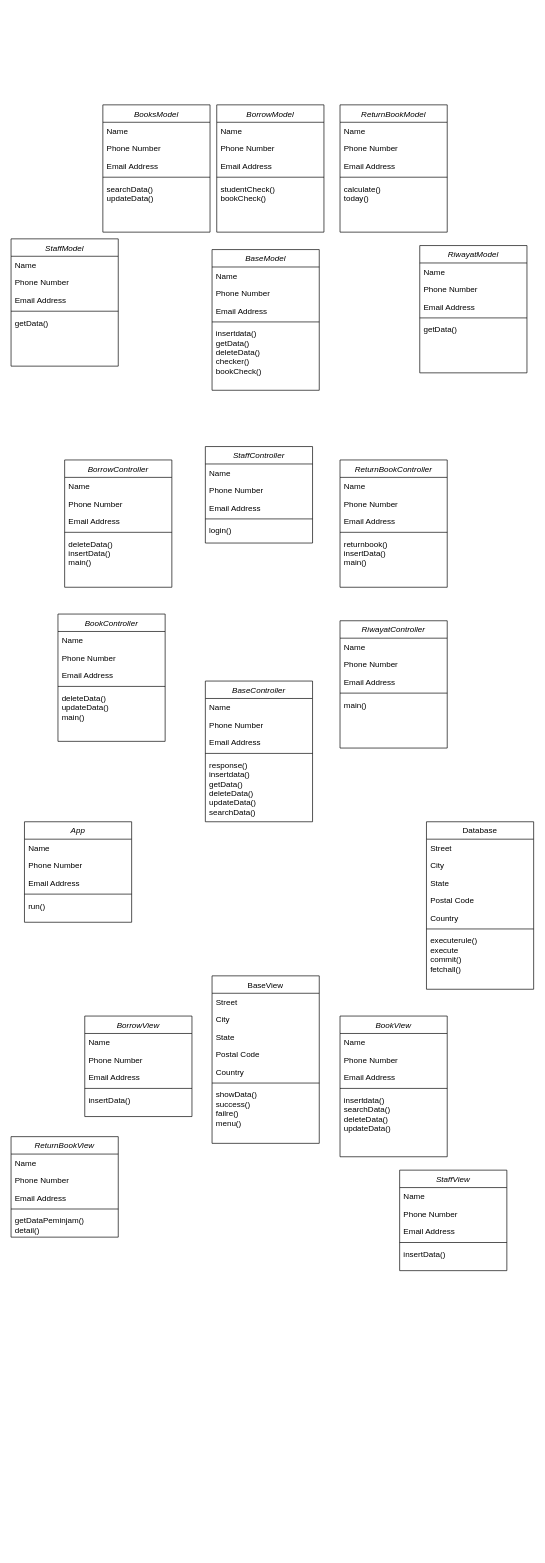
phanatagama/E-Library keeps this draw.io diagram as Database/PBO.drawio. Above is the earlier version. Source tidied: cells renumbered, new cells numbered last; positions are measured from the earlier drawing's top-left corner, leaving out a move shared by most shapes. Both pictures are drawn from the tidied source at 67%, with x=0, y=0 at pixel (11, 105).
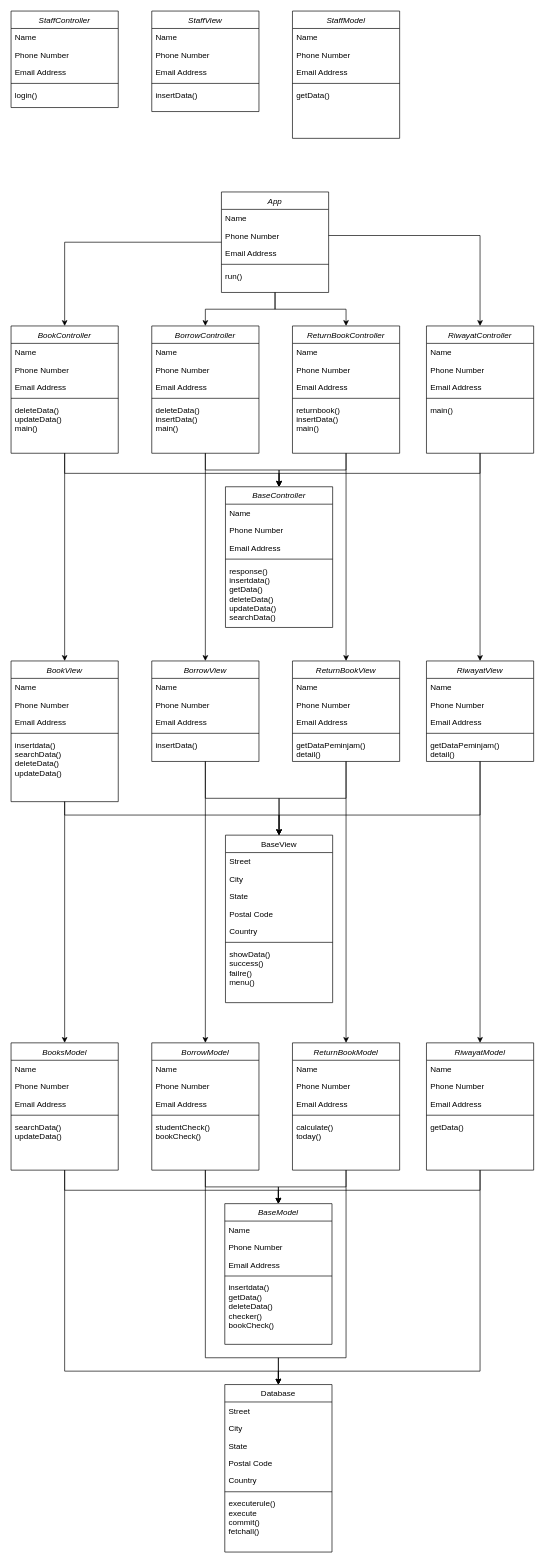
After the change.

Unchanged cells that the change refers to:
```xml
<mxCell id="4" value="Phone Number" style="text;align=left;verticalAlign=top;spacingLeft=4;spacingRight=4;overflow=hidden;points=[[0,0.5],[1,0.5]];portConstraint=eastwest;rounded=0;shadow=0;html=0;" parent="2" vertex="1">
  <mxGeometry y="52" width="160" height="26" as="geometry" />
</mxCell>
```

What changed in the source:
```diff
@@
+    <mxCell id="120" style="edgeStyle=orthogonalEdgeStyle;rounded=0;jettySize=auto;html=1;entryX=0.5;entryY=0;entryDx=0;entryDy=0;" parent="1" edge="1" source="2" target="22">
+      <mxGeometry relative="1" as="geometry" />
+    </mxCell>
+    <mxCell id="121" style="edgeStyle=orthogonalEdgeStyle;rounded=0;jettySize=auto;html=1;entryX=0.5;entryY=0;entryDx=0;entryDy=0;" parent="1" edge="1" source="2" target="34">
+      <mxGeometry relative="1" as="geometry" />
+    </mxCell>
+    <mxCell id="122" style="edgeStyle=orthogonalEdgeStyle;rounded=0;jettySize=auto;html=1;" parent="1" edge="1" source="2" target="28">
+      <mxGeometry relative="1" as="geometry" />
+    </mxCell>
     <mxCell id="2" value="App" style="swimlane;fontStyle=2;align=center;verticalAlign=top;horizontal=1;startSize=26;rounded=0;shadow=0;strokeWidth=1;" parent="1" vertex="1">
-      <mxGeometry x="20" y="1070" width="160" height="150" as="geometry" />
+      <mxGeometry x="314" y="130" width="160" height="150" as="geometry" />
     </mxCell>
@@
     <mxCell id="8" value="Database" style="swimlane;fontStyle=0;align=center;verticalAlign=top;horizontal=1;startSize=26;rounded=0;shadow=0;strokeWidth=1;" parent="1" vertex="1">
-      <mxGeometry x="620" y="1070" width="160" height="250" as="geometry" />
+      <mxGeometry x="319" y="1910" width="160" height="250" as="geometry" />
     </mxCell>
@@
     <mxCell id="16" value="BaseController" style="swimlane;fontStyle=2;align=center;verticalAlign=top;horizontal=1;startSize=26;rounded=0;shadow=0;strokeWidth=1;" parent="1" vertex="1">
-      <mxGeometry x="290" y="860" width="160" height="210" as="geometry" />
+      <mxGeometry x="320" y="570" width="160" height="210" as="geometry" />
     </mxCell>
@@
+    <mxCell id="123" style="edgeStyle=orthogonalEdgeStyle;rounded=0;jettySize=auto;html=1;" parent="1" edge="1" source="22" target="16">
+      <mxGeometry relative="1" as="geometry">
+        <Array as="points">
+          <mxPoint x="80" y="550" />
+          <mxPoint x="400" y="550" />
+        </Array>
+      </mxGeometry>
+    </mxCell>
+    <mxCell id="124" style="edgeStyle=orthogonalEdgeStyle;rounded=0;jettySize=auto;html=1;entryX=0.5;entryY=0;entryDx=0;entryDy=0;" parent="1" edge="1" source="22" target="96">
+      <mxGeometry relative="1" as="geometry" />
+    </mxCell>
     <mxCell id="22" value="BookController" style="swimlane;fontStyle=2;align=center;verticalAlign=top;horizontal=1;startSize=26;rounded=0;shadow=0;strokeWidth=1;" parent="1" vertex="1">
-      <mxGeometry x="70" y="760" width="160" height="190" as="geometry" />
+      <mxGeometry y="330" width="160" height="190" as="geometry" />
     </mxCell>
@@
+    <mxCell id="125" style="edgeStyle=orthogonalEdgeStyle;rounded=0;jettySize=auto;html=1;entryX=0.5;entryY=0;entryDx=0;entryDy=0;" parent="1" edge="1" source="28" target="16">
+      <mxGeometry relative="1" as="geometry" />
+    </mxCell>
+    <mxCell id="126" style="edgeStyle=orthogonalEdgeStyle;rounded=0;jettySize=auto;html=1;entryX=0.5;entryY=0;entryDx=0;entryDy=0;" parent="1" edge="1" source="28" target="102">
+      <mxGeometry relative="1" as="geometry" />
+    </mxCell>
     <mxCell id="28" value="BorrowController" style="swimlane;fontStyle=2;align=center;verticalAlign=top;horizontal=1;startSize=26;rounded=0;shadow=0;strokeWidth=1;" parent="1" vertex="1">
-      <mxGeometry x="80" y="530" width="160" height="190" as="geometry" />
+      <mxGeometry x="210" y="330" width="160" height="190" as="geometry" />
     </mxCell>
@@
+    <mxCell id="127" style="edgeStyle=orthogonalEdgeStyle;rounded=0;jettySize=auto;html=1;" parent="1" edge="1" source="34" target="16">
+      <mxGeometry relative="1" as="geometry" />
+    </mxCell>
+    <mxCell id="128" style="edgeStyle=orthogonalEdgeStyle;rounded=0;jettySize=auto;html=1;entryX=0.5;entryY=0;entryDx=0;entryDy=0;" parent="1" edge="1" source="34" target="108">
+      <mxGeometry relative="1" as="geometry" />
+    </mxCell>
     <mxCell id="34" value="ReturnBookController" style="swimlane;fontStyle=2;align=center;verticalAlign=top;horizontal=1;startSize=26;rounded=0;shadow=0;strokeWidth=1;" parent="1" vertex="1">
-      <mxGeometry x="491" y="530" width="160" height="190" as="geometry" />
+      <mxGeometry x="420" y="330" width="160" height="190" as="geometry" />
     </mxCell>
@@
+    <mxCell id="129" style="edgeStyle=orthogonalEdgeStyle;rounded=0;jettySize=auto;html=1;entryX=0.5;entryY=0;entryDx=0;entryDy=0;" parent="1" edge="1" source="40" target="16">
+      <mxGeometry relative="1" as="geometry">
+        <Array as="points">
+          <mxPoint x="700" y="550" />
+          <mxPoint x="400" y="550" />
+        </Array>
+      </mxGeometry>
+    </mxCell>
+    <mxCell id="130" style="edgeStyle=orthogonalEdgeStyle;rounded=0;jettySize=auto;html=1;entryX=0.5;entryY=0;entryDx=0;entryDy=0;" parent="1" edge="1" source="40" target="147">
+      <mxGeometry relative="1" as="geometry" />
+    </mxCell>
     <mxCell id="40" value="RiwayatController" style="swimlane;fontStyle=2;align=center;verticalAlign=top;horizontal=1;startSize=26;rounded=0;shadow=0;strokeWidth=1;" parent="1" vertex="1">
-      <mxGeometry x="491" y="770" width="160" height="190" as="geometry" />
+      <mxGeometry x="620" y="330" width="160" height="190" as="geometry" />
     </mxCell>
@@
     <mxCell id="46" value="StaffController" style="swimlane;fontStyle=2;align=center;verticalAlign=top;horizontal=1;startSize=26;rounded=0;shadow=0;strokeWidth=1;" parent="1" vertex="1">
-      <mxGeometry x="290" y="510" width="160" height="144" as="geometry" />
+      <mxGeometry y="-140" width="160" height="144" as="geometry" />
     </mxCell>
@@
     <mxCell id="52" value="BaseModel" style="swimlane;fontStyle=2;align=center;verticalAlign=top;horizontal=1;startSize=26;rounded=0;shadow=0;strokeWidth=1;" parent="1" vertex="1">
-      <mxGeometry x="300" y="216" width="160" height="210" as="geometry" />
+      <mxGeometry x="319" y="1640" width="160" height="210" as="geometry" />
     </mxCell>
@@
+    <mxCell id="131" style="edgeStyle=orthogonalEdgeStyle;rounded=0;jettySize=auto;html=1;" parent="1" edge="1" source="58" target="52">
+      <mxGeometry relative="1" as="geometry">
+        <Array as="points">
+          <mxPoint x="80" y="1620" />
+          <mxPoint x="399" y="1620" />
+        </Array>
+      </mxGeometry>
+    </mxCell>
+    <mxCell id="132" style="edgeStyle=orthogonalEdgeStyle;rounded=0;jettySize=auto;html=1;entryX=0.5;entryY=0;entryDx=0;entryDy=0;" parent="1" edge="1" source="58" target="8">
+      <mxGeometry relative="1" as="geometry">
+        <Array as="points">
+          <mxPoint x="80" y="1890" />
+          <mxPoint x="399" y="1890" />
+        </Array>
+      </mxGeometry>
+    </mxCell>
     <mxCell id="58" value="BooksModel" style="swimlane;fontStyle=2;align=center;verticalAlign=top;horizontal=1;startSize=26;rounded=0;shadow=0;strokeWidth=1;" parent="1" vertex="1">
-      <mxGeometry x="137" width="160" height="190" as="geometry" />
+      <mxGeometry y="1400" width="160" height="190" as="geometry" />
     </mxCell>
@@
+    <mxCell id="133" style="edgeStyle=orthogonalEdgeStyle;rounded=0;jettySize=auto;html=1;entryX=0.5;entryY=0;entryDx=0;entryDy=0;" parent="1" edge="1" source="64" target="52">
+      <mxGeometry relative="1" as="geometry" />
+    </mxCell>
+    <mxCell id="134" style="edgeStyle=orthogonalEdgeStyle;rounded=0;jettySize=auto;html=1;entryX=0.5;entryY=0;entryDx=0;entryDy=0;" parent="1" edge="1" source="64" target="8">
+      <mxGeometry relative="1" as="geometry">
+        <Array as="points">
+          <mxPoint x="290" y="1870" />
+          <mxPoint x="399" y="1870" />
+        </Array>
+      </mxGeometry>
+    </mxCell>
     <mxCell id="64" value="BorrowModel" style="swimlane;fontStyle=2;align=center;verticalAlign=top;horizontal=1;startSize=26;rounded=0;shadow=0;strokeWidth=1;" parent="1" vertex="1">
-      <mxGeometry x="307" width="160" height="190" as="geometry" />
+      <mxGeometry x="210" y="1400" width="160" height="190" as="geometry" />
     </mxCell>
@@
+    <mxCell id="135" style="edgeStyle=orthogonalEdgeStyle;rounded=0;jettySize=auto;html=1;entryX=0.5;entryY=0;entryDx=0;entryDy=0;" parent="1" edge="1" source="70" target="52">
+      <mxGeometry relative="1" as="geometry" />
+    </mxCell>
+    <mxCell id="136" style="edgeStyle=orthogonalEdgeStyle;rounded=0;jettySize=auto;html=1;entryX=0.5;entryY=0;entryDx=0;entryDy=0;" parent="1" edge="1" source="70" target="8">
+      <mxGeometry relative="1" as="geometry">
+        <Array as="points">
+          <mxPoint x="500" y="1870" />
+          <mxPoint x="399" y="1870" />
+        </Array>
+      </mxGeometry>
+    </mxCell>
     <mxCell id="70" value="ReturnBookModel" style="swimlane;fontStyle=2;align=center;verticalAlign=top;horizontal=1;startSize=26;rounded=0;shadow=0;strokeWidth=1;" parent="1" vertex="1">
-      <mxGeometry x="491" width="160" height="190" as="geometry" />
+      <mxGeometry x="420" y="1400" width="160" height="190" as="geometry" />
     </mxCell>
@@
+    <mxCell id="137" style="edgeStyle=orthogonalEdgeStyle;rounded=0;jettySize=auto;html=1;" parent="1" edge="1" source="76" target="52">
+      <mxGeometry relative="1" as="geometry">
+        <Array as="points">
+          <mxPoint x="700" y="1620" />
+          <mxPoint x="399" y="1620" />
+        </Array>
+      </mxGeometry>
+    </mxCell>
+    <mxCell id="138" style="edgeStyle=orthogonalEdgeStyle;rounded=0;jettySize=auto;html=1;entryX=0.5;entryY=0;entryDx=0;entryDy=0;" parent="1" edge="1" source="76" target="8">
+      <mxGeometry relative="1" as="geometry">
+        <Array as="points">
+          <mxPoint x="700" y="1890" />
+          <mxPoint x="399" y="1890" />
+        </Array>
+      </mxGeometry>
+    </mxCell>
     <mxCell id="76" value="RiwayatModel" style="swimlane;fontStyle=2;align=center;verticalAlign=top;horizontal=1;startSize=26;rounded=0;shadow=0;strokeWidth=1;" parent="1" vertex="1">
-      <mxGeometry x="610" y="210" width="160" height="190" as="geometry" />
+      <mxGeometry x="620" y="1400" width="160" height="190" as="geometry" />
     </mxCell>
@@
     <mxCell id="82" value="StaffModel" style="swimlane;fontStyle=2;align=center;verticalAlign=top;horizontal=1;startSize=26;rounded=0;shadow=0;strokeWidth=1;" parent="1" vertex="1">
-      <mxGeometry y="200" width="160" height="190" as="geometry" />
+      <mxGeometry x="420" y="-140" width="160" height="190" as="geometry" />
     </mxCell>
@@
     <mxCell id="88" value="BaseView" style="swimlane;fontStyle=0;align=center;verticalAlign=top;horizontal=1;startSize=26;rounded=0;shadow=0;strokeWidth=1;" parent="1" vertex="1">
-      <mxGeometry x="300" y="1300" width="160" height="250" as="geometry" />
+      <mxGeometry x="320" y="1090" width="160" height="250" as="geometry" />
     </mxCell>
@@
+    <mxCell id="139" style="edgeStyle=orthogonalEdgeStyle;rounded=0;jettySize=auto;html=1;" parent="1" edge="1" source="96">
+      <mxGeometry relative="1" as="geometry">
+        <mxPoint x="400" y="1090" as="targetPoint" />
+        <Array as="points">
+          <mxPoint x="80" y="1060" />
+          <mxPoint x="400" y="1060" />
+        </Array>
+      </mxGeometry>
+    </mxCell>
+    <mxCell id="140" style="edgeStyle=orthogonalEdgeStyle;rounded=0;jettySize=auto;html=1;" parent="1" edge="1" source="96" target="58">
+      <mxGeometry relative="1" as="geometry" />
+    </mxCell>
     <mxCell id="96" value="BookView" style="swimlane;fontStyle=2;align=center;verticalAlign=top;horizontal=1;startSize=26;rounded=0;shadow=0;strokeWidth=1;" parent="1" vertex="1">
-      <mxGeometry x="491" y="1360" width="160" height="210" as="geometry" />
+      <mxGeometry y="830" width="160" height="210" as="geometry" />
     </mxCell>
@@
+    <mxCell id="141" style="edgeStyle=orthogonalEdgeStyle;rounded=0;jettySize=auto;html=1;entryX=0.5;entryY=0;entryDx=0;entryDy=0;" parent="1" edge="1" source="102" target="88">
+      <mxGeometry relative="1" as="geometry" />
+    </mxCell>
+    <mxCell id="142" style="edgeStyle=orthogonalEdgeStyle;rounded=0;jettySize=auto;html=1;entryX=0.5;entryY=0;entryDx=0;entryDy=0;" parent="1" edge="1" source="102" target="64">
+      <mxGeometry relative="1" as="geometry" />
+    </mxCell>
     <mxCell id="102" value="BorrowView" style="swimlane;fontStyle=2;align=center;verticalAlign=top;horizontal=1;startSize=26;rounded=0;shadow=0;strokeWidth=1;" parent="1" vertex="1">
-      <mxGeometry x="110" y="1360" width="160" height="150" as="geometry" />
+      <mxGeometry x="210" y="830" width="160" height="150" as="geometry" />
     </mxCell>
@@
+    <mxCell id="143" style="edgeStyle=orthogonalEdgeStyle;rounded=0;jettySize=auto;html=1;entryX=0.5;entryY=0;entryDx=0;entryDy=0;" parent="1" edge="1" source="108" target="88">
+      <mxGeometry relative="1" as="geometry" />
+    </mxCell>
+    <mxCell id="144" style="edgeStyle=orthogonalEdgeStyle;rounded=0;jettySize=auto;html=1;entryX=0.5;entryY=0;entryDx=0;entryDy=0;" parent="1" edge="1" source="108" target="70">
+      <mxGeometry relative="1" as="geometry" />
+    </mxCell>
     <mxCell id="108" value="ReturnBookView" style="swimlane;fontStyle=2;align=center;verticalAlign=top;horizontal=1;startSize=26;rounded=0;shadow=0;strokeWidth=1;" parent="1" vertex="1">
-      <mxGeometry y="1540" width="160" height="150" as="geometry" />
+      <mxGeometry x="420" y="830" width="160" height="150" as="geometry" />
     </mxCell>
@@
     <mxCell id="114" value="StaffView" style="swimlane;fontStyle=2;align=center;verticalAlign=top;horizontal=1;startSize=26;rounded=0;shadow=0;strokeWidth=1;" parent="1" vertex="1">
-      <mxGeometry x="580" y="1590" width="160" height="150" as="geometry" />
+      <mxGeometry x="210" y="-140" width="160" height="150" as="geometry" />
     </mxCell>
@@
+    <mxCell id="145" style="edgeStyle=orthogonalEdgeStyle;rounded=0;jettySize=auto;html=1;" parent="1" edge="1" source="147">
+      <mxGeometry relative="1" as="geometry">
+        <mxPoint x="400" y="1090" as="targetPoint" />
+        <Array as="points">
+          <mxPoint x="700" y="1060" />
+          <mxPoint x="400" y="1060" />
+        </Array>
+      </mxGeometry>
+    </mxCell>
+    <mxCell id="146" style="edgeStyle=orthogonalEdgeStyle;rounded=0;jettySize=auto;html=1;entryX=0.5;entryY=0;entryDx=0;entryDy=0;" parent="1" edge="1" source="147" target="76">
+      <mxGeometry relative="1" as="geometry" />
+    </mxCell>
+    <mxCell id="147" value="RiwayatView" style="swimlane;fontStyle=2;align=center;verticalAlign=top;horizontal=1;startSize=26;rounded=0;shadow=0;strokeWidth=1;" parent="1" vertex="1">
+      <mxGeometry x="620" y="830" width="160" height="150" as="geometry" />
+    </mxCell>
+    <mxCell id="148" value="Name" style="text;align=left;verticalAlign=top;spacingLeft=4;spacingRight=4;overflow=hidden;" parent="147" vertex="1">
+      <mxGeometry y="26" width="160" height="26" as="geometry" />
+    </mxCell>
+    <mxCell id="149" value="Phone Number" style="text;align=left;verticalAlign=top;spacingLeft=4;spacingRight=4;overflow=hidden;rounded=0;shadow=0;html=0;" parent="147" vertex="1">
+      <mxGeometry y="52" width="160" height="26" as="geometry" />
+    </mxCell>
+    <mxCell id="150" value="Email Address" style="text;align=left;verticalAlign=top;spacingLeft=4;spacingRight=4;overflow=hidden;rounded=0;shadow=0;html=0;" parent="147" vertex="1">
+      <mxGeometry y="78" width="160" height="26" as="geometry" />
+    </mxCell>
+    <mxCell id="151" style="line;html=1;strokeWidth=1;align=left;verticalAlign=middle;spacingTop=-1;spacingLeft=3;spacingRight=3;labelPosition=right;" parent="147" vertex="1">
+      <mxGeometry y="104" width="160" height="8" as="geometry" />
+    </mxCell>
+    <mxCell id="152" value="getDataPeminjam()&#10;detail()&#10;" style="text;align=left;verticalAlign=top;spacingLeft=4;spacingRight=4;overflow=hidden;" parent="147" vertex="1">
+      <mxGeometry y="112" width="160" height="38" as="geometry" />
+    </mxCell>
+    <mxCell id="153" style="edgeStyle=orthogonalEdgeStyle;rounded=0;jettySize=auto;html=1;exitX=1;exitY=0.5;exitDx=0;exitDy=0;entryX=0.5;entryY=0;entryDx=0;entryDy=0;" parent="1" edge="1" source="4" target="40">
+      <mxGeometry relative="1" as="geometry" />
+    </mxCell>
```
